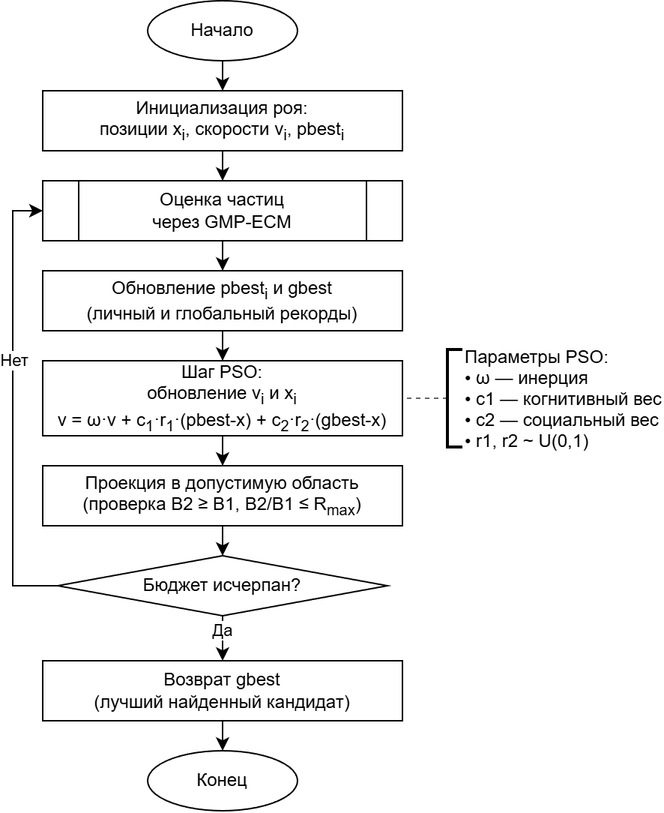
This is REPORTS/05_thesis/pics/2_4_PSO.png from EgorPlehanov/ecm-evolutionary-optimization, a draw.io export, as it was before one commit. Source tidied: cells renumbered, new cells last; positions are measured from the earlier drawing's top-left corner, leaving out a move shared by most shapes. Its diagram source:
```xml
<mxGraphModel>
  <root>
    <mxCell id="0" />
    <mxCell id="1" parent="0" />
    <mxCell id="2" value="Начало" style="ellipse;whiteSpace=wrap;html=1;fillColor=#ffffff;strokeColor=#000000;fontColor=#000000;fontSize=12;fontFamily=Arial;align=center;" parent="1" vertex="1">
      <mxGeometry x="90" width="100" height="40" as="geometry" />
    </mxCell>
    <mxCell id="3" value="Инициализация роя:&lt;br&gt;позиции x&lt;sub&gt;i&lt;/sub&gt;, скорости v&lt;sub&gt;i&lt;/sub&gt;, pbest&lt;sub&gt;i&lt;/sub&gt;" style="rectangle;whiteSpace=wrap;html=1;fillColor=#ffffff;strokeColor=#000000;fontColor=#000000;fontSize=12;fontFamily=Arial;align=center;" parent="1" vertex="1">
      <mxGeometry x="20" y="60" width="240" height="40" as="geometry" />
    </mxCell>
    <mxCell id="4" value="Оценка частиц&#10;через GMP-ECM" style="shape=process;whiteSpace=wrap;html=1;fillColor=#ffffff;strokeColor=#000000;fontColor=#000000;fontSize=12;fontFamily=Arial;align=center;" parent="1" vertex="1">
      <mxGeometry x="20" y="120" width="240" height="40" as="geometry" />
    </mxCell>
    <mxCell id="5" value="Обновление pbest&lt;sub&gt;i&lt;/sub&gt; и gbest&lt;br&gt;(личный и глобальный рекорды)" style="rectangle;whiteSpace=wrap;html=1;fillColor=#ffffff;strokeColor=#000000;fontColor=#000000;fontSize=12;fontFamily=Arial;align=center;" parent="1" vertex="1">
      <mxGeometry x="20" y="180" width="240" height="40" as="geometry" />
    </mxCell>
    <mxCell id="6" value="Шаг PSO:&lt;br&gt;обновление v&lt;sub&gt;i&lt;/sub&gt; и x&lt;sub&gt;i&lt;/sub&gt;&lt;br&gt;v = ω·v + c&lt;sub&gt;1&lt;/sub&gt;·r&lt;sub&gt;1&lt;/sub&gt;·(pbest-x) + c&lt;sub&gt;2&lt;/sub&gt;·r&lt;sub&gt;2&lt;/sub&gt;·(gbest-x)" style="rectangle;whiteSpace=wrap;html=1;fillColor=#ffffff;strokeColor=#000000;fontColor=#000000;fontSize=12;fontFamily=Arial;align=center;" parent="1" vertex="1">
      <mxGeometry x="20" y="240" width="240" height="50" as="geometry" />
    </mxCell>
    <mxCell id="7" value="Проекция в допустимую область&lt;br&gt;(проверка B2 ≥ B1, B2/B1 ≤ R&lt;sub&gt;max&lt;/sub&gt;)" style="rectangle;whiteSpace=wrap;html=1;fillColor=#ffffff;strokeColor=#000000;fontColor=#000000;fontSize=12;fontFamily=Arial;align=center;" parent="1" vertex="1">
      <mxGeometry x="20" y="310" width="240" height="40" as="geometry" />
    </mxCell>
    <mxCell id="8" value="Бюджет исчерпан?" style="rhombus;whiteSpace=wrap;html=1;fillColor=#ffffff;strokeColor=#000000;fontColor=#000000;fontSize=12;fontFamily=Arial;align=center;" parent="1" vertex="1">
      <mxGeometry x="30" y="370" width="220" height="40" as="geometry" />
    </mxCell>
    <mxCell id="9" value="Возврат gbest&#10;(лучший найденный кандидат)" style="rectangle;whiteSpace=wrap;html=1;fillColor=#ffffff;strokeColor=#000000;fontColor=#000000;fontSize=12;fontFamily=Arial;align=center;" parent="1" vertex="1">
      <mxGeometry x="20" y="440" width="240" height="40" as="geometry" />
    </mxCell>
    <mxCell id="10" value="Конец" style="ellipse;whiteSpace=wrap;html=1;fillColor=#ffffff;strokeColor=#000000;fontColor=#000000;fontSize=12;fontFamily=Arial;align=center;" parent="1" vertex="1">
      <mxGeometry x="90" y="500" width="100" height="40" as="geometry" />
    </mxCell>
    <mxCell id="11" style="edgeStyle=orthogonalEdgeStyle;rounded=0;jettySize=auto;html=1;endArrow=classic;" parent="1" edge="1" source="2" target="3">
      <mxGeometry relative="1" as="geometry" />
    </mxCell>
    <mxCell id="12" style="edgeStyle=orthogonalEdgeStyle;rounded=0;jettySize=auto;html=1;endArrow=classic;" parent="1" edge="1" source="3" target="4">
      <mxGeometry relative="1" as="geometry" />
    </mxCell>
    <mxCell id="13" style="edgeStyle=orthogonalEdgeStyle;rounded=0;jettySize=auto;html=1;endArrow=classic;" parent="1" edge="1" source="4" target="5">
      <mxGeometry relative="1" as="geometry" />
    </mxCell>
    <mxCell id="14" style="edgeStyle=orthogonalEdgeStyle;rounded=0;jettySize=auto;html=1;endArrow=classic;" parent="1" edge="1" source="5" target="6">
      <mxGeometry relative="1" as="geometry" />
    </mxCell>
    <mxCell id="15" style="edgeStyle=orthogonalEdgeStyle;rounded=0;jettySize=auto;html=1;endArrow=classic;" parent="1" edge="1" source="6" target="7">
      <mxGeometry relative="1" as="geometry" />
    </mxCell>
    <mxCell id="16" style="edgeStyle=orthogonalEdgeStyle;rounded=0;jettySize=auto;html=1;endArrow=classic;" parent="1" edge="1" source="7" target="8">
      <mxGeometry relative="1" as="geometry" />
    </mxCell>
    <mxCell id="17" value="Нет" style="edgeStyle=orthogonalEdgeStyle;rounded=0;jettySize=auto;html=1;endArrow=classic;" parent="1" edge="1" source="8" target="4">
      <mxGeometry x="0.2" y="-0.6" relative="1" as="geometry">
        <Array as="points">
          <mxPoint y="390" />
          <mxPoint y="140" />
        </Array>
      </mxGeometry>
    </mxCell>
    <mxCell id="18" value="Да" style="edgeStyle=orthogonalEdgeStyle;rounded=0;jettySize=auto;html=1;endArrow=classic;" parent="1" edge="1" source="8" target="9">
      <mxGeometry x="0.2" relative="1" as="geometry" />
    </mxCell>
    <mxCell id="19" style="edgeStyle=orthogonalEdgeStyle;rounded=0;jettySize=auto;html=1;endArrow=classic;" parent="1" edge="1" source="9" target="10">
      <mxGeometry relative="1" as="geometry" />
    </mxCell>
    <mxCell id="20" style="edgeStyle=orthogonalEdgeStyle;rounded=0;html=1;dashed=1;strokeColor=#666666;endArrow=none;endFill=0;exitX=0;exitY=0.5;exitDx=0;exitDy=0;exitPerimeter=0;" parent="1" edge="1" source="21" target="6">
      <mxGeometry relative="1" as="geometry" />
    </mxCell>
    <mxCell id="21" value="Параметры PSO:&#10;• ω — инерция&#10;• c1 — когнитивный вес&#10;• c2 — социальный вес&#10;• r1, r2 ~ U(0,1)" style="strokeWidth=2;shape=mxgraph.flowchart.annotation_1;align=left;labelPosition=right;verticalLabelPosition=middle;verticalAlign=middle;" parent="1" vertex="1">
      <mxGeometry x="290" y="232.5" width="10" height="65" as="geometry" />
    </mxCell>
  </root>
</mxGraphModel>
```
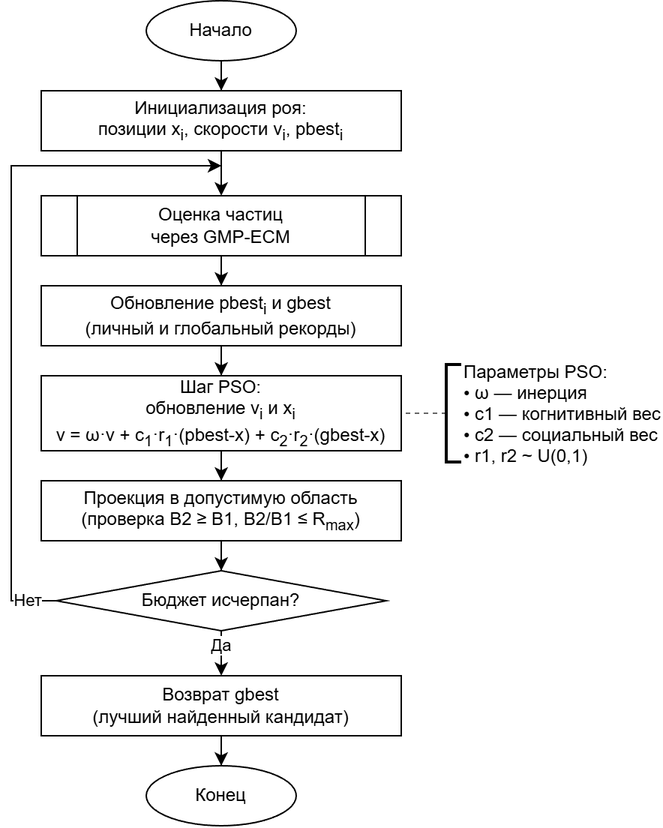
After the commit.

What changed in the source:
```diff
@@ -3,10 +3,10 @@
     <mxCell id="0" />
     <mxCell id="1" parent="0" />
     <mxCell id="2" value="Начало" style="ellipse;whiteSpace=wrap;html=1;fillColor=#ffffff;strokeColor=#000000;fontColor=#000000;fontSize=12;fontFamily=Arial;align=center;" parent="1" vertex="1">
-      <mxGeometry x="90" width="100" height="40" as="geometry" />
+      <mxGeometry x="90" y="-10" width="100" height="40" as="geometry" />
     </mxCell>
     <mxCell id="3" value="Инициализация роя:&lt;br&gt;позиции x&lt;sub&gt;i&lt;/sub&gt;, скорости v&lt;sub&gt;i&lt;/sub&gt;, pbest&lt;sub&gt;i&lt;/sub&gt;" style="rectangle;whiteSpace=wrap;html=1;fillColor=#ffffff;strokeColor=#000000;fontColor=#000000;fontSize=12;fontFamily=Arial;align=center;" parent="1" vertex="1">
-      <mxGeometry x="20" y="60" width="240" height="40" as="geometry" />
+      <mxGeometry x="20" y="50" width="240" height="40" as="geometry" />
     </mxCell>
     <mxCell id="4" value="Оценка частиц&#10;через GMP-ECM" style="shape=process;whiteSpace=wrap;html=1;fillColor=#ffffff;strokeColor=#000000;fontColor=#000000;fontSize=12;fontFamily=Arial;align=center;" parent="1" vertex="1">
       <mxGeometry x="20" y="120" width="240" height="40" as="geometry" />
@@ -47,11 +47,13 @@
     <mxCell id="16" style="edgeStyle=orthogonalEdgeStyle;rounded=0;jettySize=auto;html=1;endArrow=classic;" parent="1" edge="1" source="7" target="8">
       <mxGeometry relative="1" as="geometry" />
     </mxCell>
-    <mxCell id="17" value="Нет" style="edgeStyle=orthogonalEdgeStyle;rounded=0;jettySize=auto;html=1;endArrow=classic;" parent="1" edge="1" source="8" target="4">
-      <mxGeometry x="0.2" y="-0.6" relative="1" as="geometry">
+    <mxCell id="17" value="Нет" style="edgeStyle=orthogonalEdgeStyle;rounded=0;jettySize=auto;html=1;endArrow=classic;" parent="1" edge="1" source="8">
+      <mxGeometry x="-0.92" relative="1" as="geometry">
+        <mxPoint x="140" y="100" as="targetPoint" />
         <Array as="points">
           <mxPoint y="390" />
-          <mxPoint y="140" />
+          <mxPoint y="100" />
+          <mxPoint x="140" y="100" />
         </Array>
       </mxGeometry>
     </mxCell>
```
